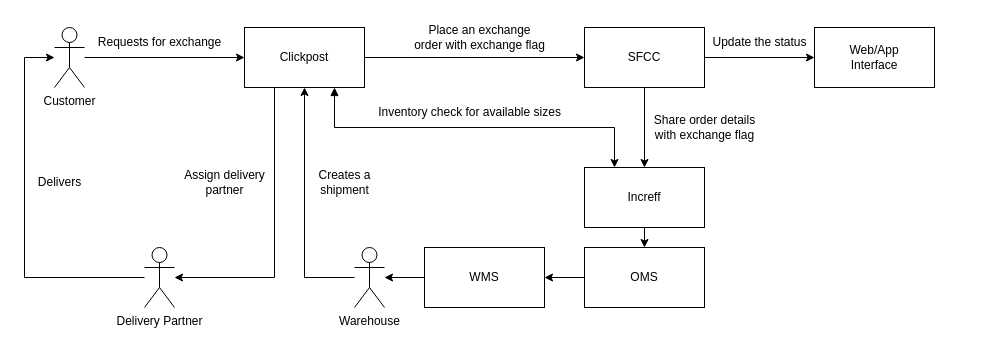
This is Exchange-DataFlowDiagram.drawio from SaketNarayane/ProcessFlows, a draw.io file, before an edit. Source tidied: cells renumbered, new cells numbered last; positions are measured from the earlier drawing's top-left corner, leaving out a move shared by most shapes. Both pictures are drawn from the tidied source at 100%, with x=0, y=0 at pixel (24, 17).
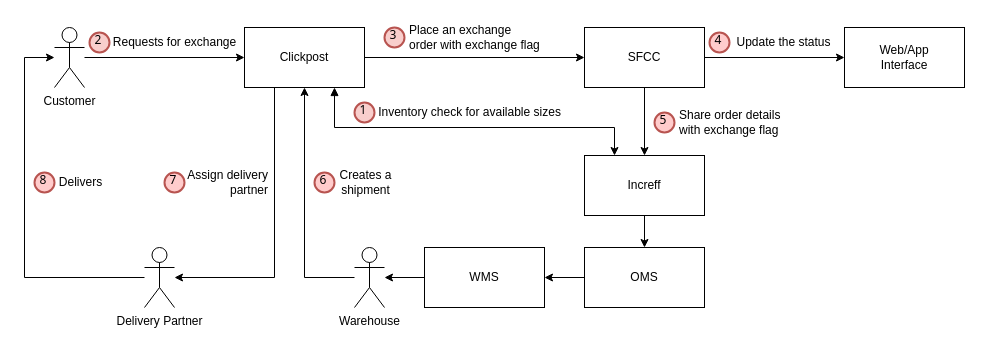
Above is the later version.

The edit, as a diff of the source:
```diff
@@
     <mxCell id="6" value="Increff" style="rounded=0;whiteSpace=wrap;html=1;" parent="1" vertex="1">
-      <mxGeometry x="560" y="150" width="120" height="60" as="geometry" />
+      <mxGeometry x="560" y="138" width="120" height="60" as="geometry" />
     </mxCell>
@@
     <mxCell id="13" value="Requests for exchange" style="text;html=1;align=center;verticalAlign=middle;strokeColor=none;fillColor=none;" parent="1" vertex="1">
-      <mxGeometry x="60" y="10" width="150" height="30" as="geometry" />
+      <mxGeometry x="75" y="10" width="150" height="30" as="geometry" />
     </mxCell>
-    <mxCell id="14" value="Place an exchange&lt;br&gt;order with exchange flag" style="text;html=1;align=center;verticalAlign=middle;strokeColor=none;fillColor=none;" parent="1" vertex="1">
-      <mxGeometry x="380" width="150" height="40" as="geometry" />
+    <mxCell id="14" value="Place an exchange&lt;br&gt;order with exchange flag" style="text;html=1;align=left;verticalAlign=middle;strokeColor=none;fillColor=none;" parent="1" vertex="1">
+      <mxGeometry x="383" width="150" height="40" as="geometry" />
     </mxCell>
-    <mxCell id="15" value="Share order details&lt;br&gt;with exchange flag" style="text;html=1;align=center;verticalAlign=middle;strokeColor=none;fillColor=none;" parent="1" vertex="1">
-      <mxGeometry x="620" y="90" width="120" height="40" as="geometry" />
+    <mxCell id="15" value="Share order details&lt;br&gt;with exchange flag" style="text;html=1;align=left;verticalAlign=middle;strokeColor=none;fillColor=none;" parent="1" vertex="1">
+      <mxGeometry x="653" y="85" width="120" height="40" as="geometry" />
     </mxCell>
@@
     <mxCell id="22" value="Creates a&lt;br&gt;shipment" style="text;html=1;align=center;verticalAlign=middle;strokeColor=none;fillColor=none;" parent="1" vertex="1">
-      <mxGeometry x="280" y="145" width="80" height="40" as="geometry" />
+      <mxGeometry x="301" y="145" width="80" height="40" as="geometry" />
     </mxCell>
@@
-    <mxCell id="25" value="Assign delivery&lt;br&gt;partner" style="text;html=1;align=center;verticalAlign=middle;strokeColor=none;fillColor=none;" parent="1" vertex="1">
-      <mxGeometry x="150" y="145" width="100" height="40" as="geometry" />
+    <mxCell id="25" value="Assign delivery&lt;br&gt;partner" style="text;html=1;align=right;verticalAlign=middle;strokeColor=none;fillColor=none;" parent="1" vertex="1">
+      <mxGeometry x="145" y="145" width="100" height="40" as="geometry" />
     </mxCell>
     <mxCell id="26" value="Delivers" style="text;html=1;align=center;verticalAlign=middle;strokeColor=none;fillColor=none;" parent="1" vertex="1">
-      <mxGeometry y="150" width="70" height="30" as="geometry" />
+      <mxGeometry x="21" y="150" width="70" height="30" as="geometry" />
     </mxCell>
@@
     <mxCell id="28" value="Web/App&lt;br&gt;Interface" style="rounded=0;whiteSpace=wrap;html=1;" parent="1" vertex="1">
-      <mxGeometry x="790" y="10" width="120" height="60" as="geometry" />
+      <mxGeometry x="820" y="10" width="120" height="60" as="geometry" />
     </mxCell>
     <mxCell id="29" value="Update the status" style="text;html=1;align=center;verticalAlign=middle;strokeColor=none;fillColor=none;" parent="1" vertex="1">
-      <mxGeometry x="675" y="10" width="120" height="30" as="geometry" />
+      <mxGeometry x="699" y="10" width="120" height="30" as="geometry" />
     </mxCell>
+    <mxCell id="30" value="1" style="ellipse;whiteSpace=wrap;html=1;strokeWidth=2;fontFamily=Tahoma;spacingBottom=4;spacingRight=2;strokeColor=#b85450;fillColor=#f8cecc;" parent="1" vertex="1">
+      <mxGeometry x="330" y="85" width="20" height="20" as="geometry" />
+    </mxCell>
+    <mxCell id="31" value="2" style="ellipse;whiteSpace=wrap;html=1;strokeWidth=2;fontFamily=Tahoma;spacingBottom=4;spacingRight=2;strokeColor=#b85450;fillColor=#f8cecc;" parent="1" vertex="1">
+      <mxGeometry x="65" y="15" width="20" height="20" as="geometry" />
+    </mxCell>
+    <mxCell id="32" value="3" style="ellipse;whiteSpace=wrap;html=1;strokeWidth=2;fontFamily=Tahoma;spacingBottom=4;spacingRight=2;strokeColor=#b85450;fillColor=#f8cecc;" parent="1" vertex="1">
+      <mxGeometry x="360" y="10" width="20" height="20" as="geometry" />
+    </mxCell>
+    <mxCell id="33" value="4" style="ellipse;whiteSpace=wrap;html=1;strokeWidth=2;fontFamily=Tahoma;spacingBottom=4;spacingRight=2;strokeColor=#B85450;fillColor=#ffcccc;" parent="1" vertex="1">
+      <mxGeometry x="685" y="15" width="20" height="20" as="geometry" />
+    </mxCell>
+    <mxCell id="34" value="5" style="ellipse;whiteSpace=wrap;html=1;strokeWidth=2;fontFamily=Tahoma;spacingBottom=4;spacingRight=2;strokeColor=#B85450;fillColor=#ffcccc;" parent="1" vertex="1">
+      <mxGeometry x="630" y="95" width="20" height="20" as="geometry" />
+    </mxCell>
+    <mxCell id="35" value="6" style="ellipse;whiteSpace=wrap;html=1;strokeWidth=2;fontFamily=Tahoma;spacingBottom=4;spacingRight=2;strokeColor=#B85450;fillColor=#ffcccc;" parent="1" vertex="1">
+      <mxGeometry x="290" y="155" width="20" height="20" as="geometry" />
+    </mxCell>
+    <mxCell id="36" value="7" style="ellipse;whiteSpace=wrap;html=1;strokeWidth=2;fontFamily=Tahoma;spacingBottom=4;spacingRight=2;strokeColor=#B85450;fillColor=#ffcccc;" parent="1" vertex="1">
+      <mxGeometry x="140" y="155" width="20" height="20" as="geometry" />
+    </mxCell>
+    <mxCell id="37" value="8" style="ellipse;whiteSpace=wrap;html=1;strokeWidth=2;fontFamily=Tahoma;spacingBottom=4;spacingRight=2;strokeColor=#B85450;fillColor=#ffcccc;" parent="1" vertex="1">
+      <mxGeometry x="10" y="155" width="20" height="20" as="geometry" />
+    </mxCell>
```
